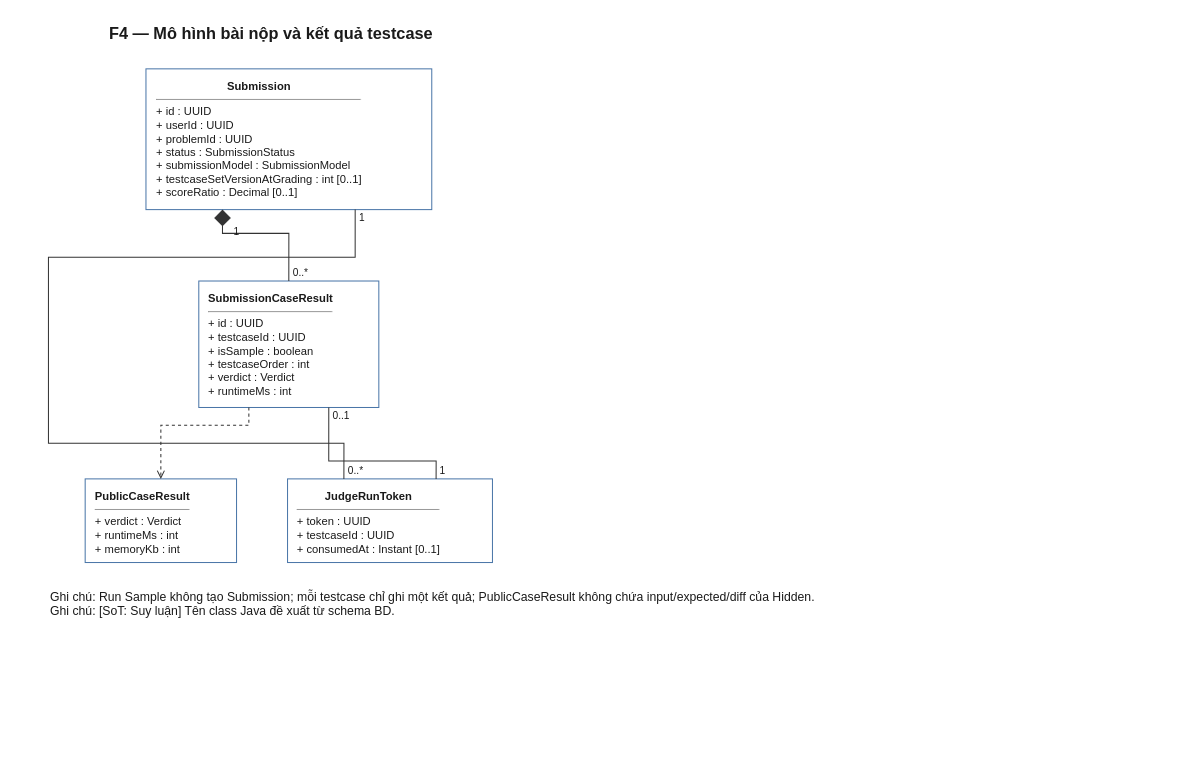
Earlier version of the draw.io diagram 08-diagram/class/shared/class_shared_submission.drawio (daiphu1801/PRJ_ALGOPREP). Source tidied: cells renumbered, new cells numbered last; positions are measured from the earlier drawing's top-left corner, leaving out a move shared by most shapes. Both pictures are drawn from the tidied source at 102%, with x=0, y=0 at pixel (17, 17).
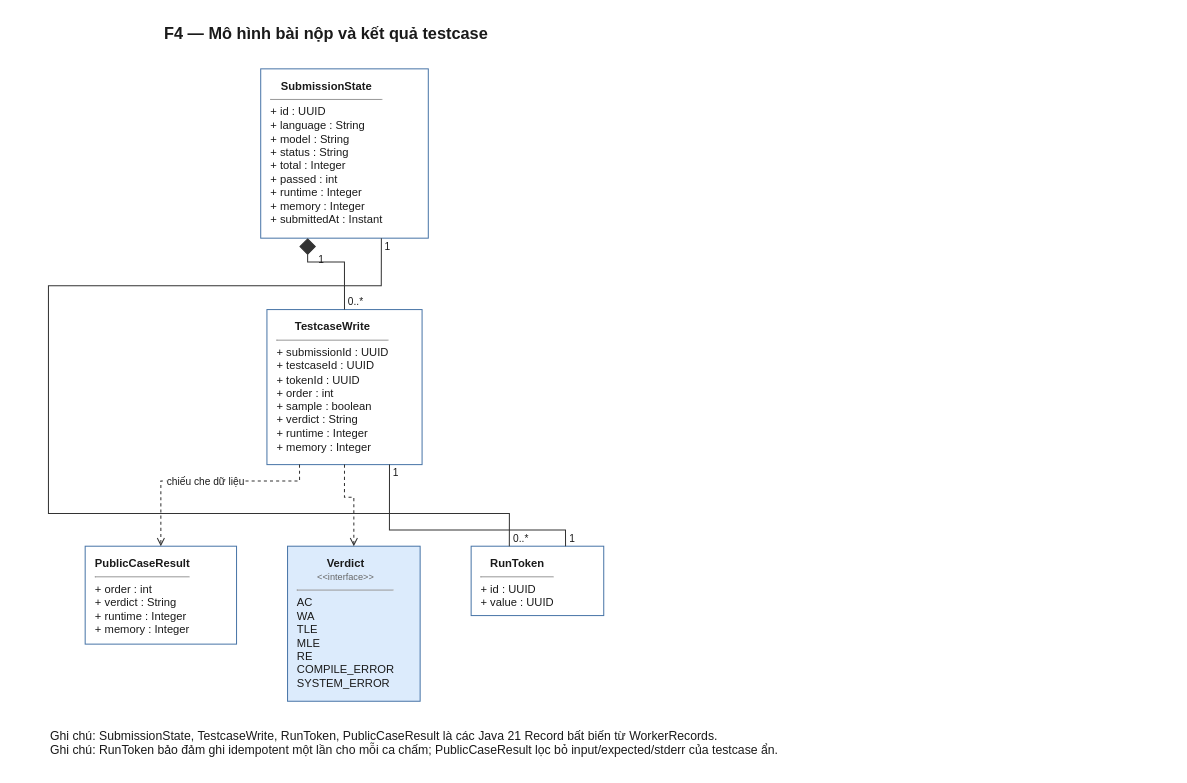
The same page after the edit.

The edit, as a diff of the source:
```diff
@@
-    <mxCell id="2" value="&lt;div style=&quot;text-align:center&quot;&gt;&lt;b&gt;Submission&lt;/b&gt;&lt;/div&gt;&lt;hr size=&quot;1&quot;/&gt;+&amp;nbsp;id&amp;nbsp;:&amp;nbsp;UUID&lt;br&gt;+&amp;nbsp;userId&amp;nbsp;:&amp;nbsp;UUID&lt;br&gt;+&amp;nbsp;problemId&amp;nbsp;:&amp;nbsp;UUID&lt;br&gt;+&amp;nbsp;status&amp;nbsp;:&amp;nbsp;SubmissionStatus&lt;br&gt;+&amp;nbsp;submissionModel&amp;nbsp;:&amp;nbsp;SubmissionModel&lt;br&gt;+&amp;nbsp;testcaseSetVersionAtGrading&amp;nbsp;:&amp;nbsp;int&amp;nbsp;[0..1]&lt;br&gt;+&amp;nbsp;scoreRatio&amp;nbsp;:&amp;nbsp;Decimal&amp;nbsp;[0..1]" style="algoprep=class;rounded=0;whiteSpace=nowrap;html=1;align=left;verticalAlign=top;spacingLeft=8;spacingTop=4;spacingRight=8;fontSize=11;fontFamily=Helvetica;fillColor=#FFFFFF;strokeColor=#4A76A8;fontColor=#1A1A1A;" parent="1" vertex="1">
-      <mxGeometry x="125.6" y="50" width="280.2" height="138" as="geometry" />
-    </mxCell>
+    <mxCell id="18" value="&lt;div style=&quot;text-align:center&quot;&gt;&lt;b&gt;SubmissionState&lt;/b&gt;&lt;/div&gt;&lt;hr size=&quot;1&quot;/&gt;+&amp;nbsp;id&amp;nbsp;:&amp;nbsp;UUID&lt;br&gt;+&amp;nbsp;language&amp;nbsp;:&amp;nbsp;String&lt;br&gt;+&amp;nbsp;model&amp;nbsp;:&amp;nbsp;String&lt;br&gt;+&amp;nbsp;status&amp;nbsp;:&amp;nbsp;String&lt;br&gt;+&amp;nbsp;total&amp;nbsp;:&amp;nbsp;Integer&lt;br&gt;+&amp;nbsp;passed&amp;nbsp;:&amp;nbsp;int&lt;br&gt;+&amp;nbsp;runtime&amp;nbsp;:&amp;nbsp;Integer&lt;br&gt;+&amp;nbsp;memory&amp;nbsp;:&amp;nbsp;Integer&lt;br&gt;+&amp;nbsp;submittedAt&amp;nbsp;:&amp;nbsp;Instant" style="algoprep=class;rounded=0;whiteSpace=nowrap;html=1;align=left;verticalAlign=top;spacingLeft=8;spacingTop=4;spacingRight=8;fontSize=11;fontFamily=Helvetica;fillColor=#FFFFFF;strokeColor=#4A76A8;fontColor=#1A1A1A;" parent="1" vertex="1">
+      <mxGeometry x="238.1" y="50" width="164.3" height="166" as="geometry" />
+    </mxCell>
+    <mxCell id="19" value="&lt;div style=&quot;text-align:center&quot;&gt;&lt;b&gt;TestcaseWrite&lt;/b&gt;&lt;/div&gt;&lt;hr size=&quot;1&quot;/&gt;+&amp;nbsp;submissionId&amp;nbsp;:&amp;nbsp;UUID&lt;br&gt;+&amp;nbsp;testcaseId&amp;nbsp;:&amp;nbsp;UUID&lt;br&gt;+&amp;nbsp;tokenId&amp;nbsp;:&amp;nbsp;UUID&lt;br&gt;+&amp;nbsp;order&amp;nbsp;:&amp;nbsp;int&lt;br&gt;+&amp;nbsp;sample&amp;nbsp;:&amp;nbsp;boolean&lt;br&gt;+&amp;nbsp;verdict&amp;nbsp;:&amp;nbsp;String&lt;br&gt;+&amp;nbsp;runtime&amp;nbsp;:&amp;nbsp;Integer&lt;br&gt;+&amp;nbsp;memory&amp;nbsp;:&amp;nbsp;Integer" style="algoprep=class;rounded=0;whiteSpace=nowrap;html=1;align=left;verticalAlign=top;spacingLeft=8;spacingTop=4;spacingRight=8;fontSize=11;fontFamily=Helvetica;fillColor=#FFFFFF;strokeColor=#4A76A8;fontColor=#1A1A1A;" parent="1" vertex="1">
+      <mxGeometry x="244.2" y="286" width="152.1" height="152" as="geometry" />
+    </mxCell>
+    <mxCell id="4" value="&lt;div style=&quot;text-align:center&quot;&gt;&lt;b&gt;RunToken&lt;/b&gt;&lt;/div&gt;&lt;hr size=&quot;1&quot;/&gt;+&amp;nbsp;id&amp;nbsp;:&amp;nbsp;UUID&lt;br&gt;+&amp;nbsp;value&amp;nbsp;:&amp;nbsp;UUID" style="algoprep=class;rounded=0;whiteSpace=nowrap;html=1;align=left;verticalAlign=top;spacingLeft=8;spacingTop=4;spacingRight=8;fontSize=11;fontFamily=Helvetica;fillColor=#FFFFFF;strokeColor=#4A76A8;fontColor=#1A1A1A;" parent="1" vertex="1">
+      <mxGeometry x="444.4" y="518" width="130" height="68" as="geometry" />
+    </mxCell>
-    <mxCell id="3" value="&lt;div style=&quot;text-align:center&quot;&gt;&lt;b&gt;SubmissionCaseResult&lt;/b&gt;&lt;/div&gt;&lt;hr size=&quot;1&quot;/&gt;+&amp;nbsp;id&amp;nbsp;:&amp;nbsp;UUID&lt;br&gt;+&amp;nbsp;testcaseId&amp;nbsp;:&amp;nbsp;UUID&lt;br&gt;+&amp;nbsp;isSample&amp;nbsp;:&amp;nbsp;boolean&lt;br&gt;+&amp;nbsp;testcaseOrder&amp;nbsp;:&amp;nbsp;int&lt;br&gt;+&amp;nbsp;verdict&amp;nbsp;:&amp;nbsp;Verdict&lt;br&gt;+&amp;nbsp;runtimeMs&amp;nbsp;:&amp;nbsp;int" style="algoprep=class;rounded=0;whiteSpace=nowrap;html=1;align=left;verticalAlign=top;spacingLeft=8;spacingTop=4;spacingRight=8;fontSize=11;fontFamily=Helvetica;fillColor=#FFFFFF;strokeColor=#4A76A8;fontColor=#1A1A1A;" parent="1" vertex="1">
-      <mxGeometry x="177.4" y="258" width="176.5" height="124" as="geometry" />
+    <mxCell id="3" value="&lt;div style=&quot;text-align:center&quot;&gt;&lt;b&gt;PublicCaseResult&lt;/b&gt;&lt;/div&gt;&lt;hr size=&quot;1&quot;/&gt;+&amp;nbsp;order&amp;nbsp;:&amp;nbsp;int&lt;br&gt;+&amp;nbsp;verdict&amp;nbsp;:&amp;nbsp;String&lt;br&gt;+&amp;nbsp;runtime&amp;nbsp;:&amp;nbsp;Integer&lt;br&gt;+&amp;nbsp;memory&amp;nbsp;:&amp;nbsp;Integer" style="algoprep=class;rounded=0;whiteSpace=nowrap;html=1;align=left;verticalAlign=top;spacingLeft=8;spacingTop=4;spacingRight=8;fontSize=11;fontFamily=Helvetica;fillColor=#FFFFFF;strokeColor=#4A76A8;fontColor=#1A1A1A;" parent="1" vertex="1">
+      <mxGeometry x="66" y="518" width="148.4" height="96" as="geometry" />
     </mxCell>
-    <mxCell id="4" value="&lt;div style=&quot;text-align:center&quot;&gt;&lt;b&gt;JudgeRunToken&lt;/b&gt;&lt;/div&gt;&lt;hr size=&quot;1&quot;/&gt;+&amp;nbsp;token&amp;nbsp;:&amp;nbsp;UUID&lt;br&gt;+&amp;nbsp;testcaseId&amp;nbsp;:&amp;nbsp;UUID&lt;br&gt;+&amp;nbsp;consumedAt&amp;nbsp;:&amp;nbsp;Instant&amp;nbsp;[0..1]" style="algoprep=class;rounded=0;whiteSpace=nowrap;html=1;align=left;verticalAlign=top;spacingLeft=8;spacingTop=4;spacingRight=8;fontSize=11;fontFamily=Helvetica;fillColor=#FFFFFF;strokeColor=#4A76A8;fontColor=#1A1A1A;" parent="1" vertex="1">
-      <mxGeometry x="264.4" y="452" width="200.9" height="82" as="geometry" />
-    </mxCell>
-    <mxCell id="5" value="&lt;div style=&quot;text-align:center&quot;&gt;&lt;b&gt;PublicCaseResult&lt;/b&gt;&lt;/div&gt;&lt;hr size=&quot;1&quot;/&gt;+&amp;nbsp;verdict&amp;nbsp;:&amp;nbsp;Verdict&lt;br&gt;+&amp;nbsp;runtimeMs&amp;nbsp;:&amp;nbsp;int&lt;br&gt;+&amp;nbsp;memoryKb&amp;nbsp;:&amp;nbsp;int" style="algoprep=class;rounded=0;whiteSpace=nowrap;html=1;align=left;verticalAlign=top;spacingLeft=8;spacingTop=4;spacingRight=8;fontSize=11;fontFamily=Helvetica;fillColor=#FFFFFF;strokeColor=#4A76A8;fontColor=#1A1A1A;" parent="1" vertex="1">
-      <mxGeometry x="66" y="452" width="148.4" height="82" as="geometry" />
-    </mxCell>
+    <mxCell id="20" value="&lt;div style=&quot;text-align:center&quot;&gt;&lt;b&gt;Verdict&lt;/b&gt;&lt;br&gt;&lt;font style=&quot;font-size:9px&quot; color=&quot;#666666&quot;&gt;&amp;lt;&amp;lt;interface&amp;gt;&amp;gt;&lt;/font&gt;&lt;/div&gt;&lt;hr size=&quot;1&quot;/&gt;AC&lt;br&gt;WA&lt;br&gt;TLE&lt;br&gt;MLE&lt;br&gt;RE&lt;br&gt;COMPILE_ERROR&lt;br&gt;SYSTEM_ERROR" style="algoprep=class;rounded=0;whiteSpace=nowrap;html=1;align=left;verticalAlign=top;spacingLeft=8;spacingTop=4;spacingRight=8;fontSize=11;fontFamily=Helvetica;fillColor=#DCEBFC;strokeColor=#4A76A8;fontColor=#1A1A1A;" parent="1" vertex="1">
+      <mxGeometry x="264.4" y="518" width="130" height="152" as="geometry" />
+    </mxCell>
-    <mxCell id="6" style="html=1;rounded=0;jettySize=auto;fontSize=10;strokeColor=#333333;fontColor=#1A1A1A;labelBackgroundColor=#FFFFFF;exitX=0.268;exitY=1;exitDx=0;exitDy=0;exitPerimeter=0;entryX=0.500;entryY=0;entryDx=0;entryDy=0;entryPerimeter=0;startArrow=diamond;startSize=14;startFill=1;endArrow=none;" parent="1" edge="1" source="2" target="3">
+    <mxCell id="6" style="html=1;rounded=0;jettySize=auto;fontSize=10;strokeColor=#333333;fontColor=#1A1A1A;labelBackgroundColor=#FFFFFF;exitX=0.280;exitY=1;exitDx=0;exitDy=0;exitPerimeter=0;entryX=0.500;entryY=0;entryDx=0;entryDy=0;entryPerimeter=0;startArrow=diamond;startSize=14;startFill=1;endArrow=none;" parent="1" edge="1" source="18" target="19">
       <mxGeometry relative="1" as="geometry">
         <Array as="points">
-          <mxPoint x="200.6" y="211.3" />
-          <mxPoint x="265.7" y="211.3" />
+          <mxPoint x="284.1" y="239.3" />
+          <mxPoint x="320.2" y="239.3" />
         </Array>
       </mxGeometry>
     </mxCell>
     <mxCell id="7" value="1" style="text;html=1;fontSize=10;fontColor=#1A1A1A;align=left;verticalAlign=middle;spacing=0;" parent="1" vertex="1">
-      <mxGeometry x="211.7" y="202" width="24" height="14" as="geometry" />
+      <mxGeometry x="295.1" y="230" width="24" height="14" as="geometry" />
     </mxCell>
     <mxCell id="8" value="0..*" style="text;html=1;fontSize=10;fontColor=#1A1A1A;align=left;verticalAlign=middle;spacing=0;" parent="1" vertex="1">
-      <mxGeometry x="269.7" y="243" width="24" height="14" as="geometry" />
+      <mxGeometry x="324.2" y="271" width="24" height="14" as="geometry" />
     </mxCell>
-    <mxCell id="9" style="html=1;rounded=0;jettySize=auto;fontSize=10;strokeColor=#333333;fontColor=#1A1A1A;labelBackgroundColor=#FFFFFF;exitX=0.732;exitY=1;exitDx=0;exitDy=0;exitPerimeter=0;entryX=0.275;entryY=0;entryDx=0;entryDy=0;entryPerimeter=0;startArrow=none;endArrow=none;" parent="1" edge="1" source="2" target="4">
+    <mxCell id="9" style="html=1;rounded=0;jettySize=auto;fontSize=10;strokeColor=#333333;fontColor=#1A1A1A;labelBackgroundColor=#FFFFFF;exitX=0.720;exitY=1;exitDx=0;exitDy=0;exitPerimeter=0;entryX=0.288;entryY=0;entryDx=0;entryDy=0;entryPerimeter=0;startArrow=none;endArrow=none;" parent="1" edge="1" source="18" target="4">
       <mxGeometry relative="1" as="geometry">
         <Array as="points">
-          <mxPoint x="330.7" y="234.7" />
-          <mxPoint x="30" y="234.7" />
-          <mxPoint x="30" y="417" />
-          <mxPoint x="319.7" y="417" />
+          <mxPoint x="356.3" y="262.7" />
+          <mxPoint x="30" y="262.7" />
+          <mxPoint x="30" y="486" />
+          <mxPoint x="481.9" y="486" />
         </Array>
       </mxGeometry>
     </mxCell>
     <mxCell id="10" value="1" style="text;html=1;fontSize=10;fontColor=#1A1A1A;align=left;verticalAlign=middle;spacing=0;" parent="1" vertex="1">
-      <mxGeometry x="334.7" y="189" width="24" height="14" as="geometry" />
+      <mxGeometry x="360.4" y="217" width="24" height="14" as="geometry" />
     </mxCell>
     <mxCell id="11" value="0..*" style="text;html=1;fontSize=10;fontColor=#1A1A1A;align=left;verticalAlign=middle;spacing=0;" parent="1" vertex="1">
-      <mxGeometry x="323.7" y="437" width="24" height="14" as="geometry" />
+      <mxGeometry x="485.9" y="503" width="24" height="14" as="geometry" />
     </mxCell>
-    <mxCell id="12" style="html=1;rounded=0;jettySize=auto;fontSize=10;strokeColor=#333333;fontColor=#1A1A1A;labelBackgroundColor=#FFFFFF;exitX=0.722;exitY=1;exitDx=0;exitDy=0;exitPerimeter=0;entryX=0.725;entryY=0;entryDx=0;entryDy=0;entryPerimeter=0;startArrow=none;endArrow=none;" parent="1" edge="1" source="3" target="4">
+    <mxCell id="12" style="html=1;rounded=0;jettySize=auto;fontSize=10;strokeColor=#333333;fontColor=#1A1A1A;labelBackgroundColor=#FFFFFF;exitX=0.790;exitY=1;exitDx=0;exitDy=0;exitPerimeter=0;entryX=0.712;entryY=0;entryDx=0;entryDy=0;entryPerimeter=0;startArrow=none;endArrow=none;" parent="1" edge="1" source="19" target="4">
       <mxGeometry relative="1" as="geometry">
         <Array as="points">
-          <mxPoint x="304.8" y="434.5" />
-          <mxPoint x="410.1" y="434.5" />
+          <mxPoint x="364.3" y="502" />
+          <mxPoint x="536.9" y="502" />
         </Array>
       </mxGeometry>
     </mxCell>
-    <mxCell id="13" value="0..1" style="text;html=1;fontSize=10;fontColor=#1A1A1A;align=left;verticalAlign=middle;spacing=0;" parent="1" vertex="1">
-      <mxGeometry x="308.9" y="383" width="24" height="14" as="geometry" />
+    <mxCell id="13" value="1" style="text;html=1;fontSize=10;fontColor=#1A1A1A;align=left;verticalAlign=middle;spacing=0;" parent="1" vertex="1">
+      <mxGeometry x="368.3" y="439" width="24" height="14" as="geometry" />
     </mxCell>
     <mxCell id="14" value="1" style="text;html=1;fontSize=10;fontColor=#1A1A1A;align=left;verticalAlign=middle;spacing=0;" parent="1" vertex="1">
-      <mxGeometry x="414.1" y="437" width="24" height="14" as="geometry" />
+      <mxGeometry x="541" y="503" width="24" height="14" as="geometry" />
     </mxCell>
-    <mxCell id="15" style="html=1;rounded=0;jettySize=auto;fontSize=10;strokeColor=#333333;fontColor=#1A1A1A;labelBackgroundColor=#FFFFFF;exitX=0.278;exitY=1;exitDx=0;exitDy=0;exitPerimeter=0;entryX=0.500;entryY=0;entryDx=0;entryDy=0;entryPerimeter=0;dashed=1;startArrow=none;endArrow=open;endFill=0;" parent="1" edge="1" source="3" target="5">
+    <mxCell id="15" style="html=1;rounded=0;jettySize=auto;fontSize=10;strokeColor=#333333;fontColor=#1A1A1A;labelBackgroundColor=#FFFFFF;exitX=0.500;exitY=1;exitDx=0;exitDy=0;exitPerimeter=0;entryX=0.500;entryY=0;entryDx=0;entryDy=0;entryPerimeter=0;dashed=1;startArrow=none;endArrow=open;endFill=0;" parent="1" edge="1" source="19" target="20">
       <mxGeometry relative="1" as="geometry">
         <Array as="points">
-          <mxPoint x="226.5" y="399.5" />
-          <mxPoint x="140.2" y="399.5" />
+          <mxPoint x="320.2" y="470" />
+          <mxPoint x="329.4" y="470" />
         </Array>
       </mxGeometry>
     </mxCell>
+    <mxCell id="21" value="chiếu che dữ liệu" style="html=1;rounded=0;jettySize=auto;fontSize=10;strokeColor=#333333;fontColor=#1A1A1A;labelBackgroundColor=#FFFFFF;exitX=0.210;exitY=1;exitDx=0;exitDy=0;exitPerimeter=0;entryX=0.500;entryY=0;entryDx=0;entryDy=0;entryPerimeter=0;dashed=1;startArrow=none;endArrow=open;endFill=0;" parent="1" edge="1" source="19" target="3">
+      <mxGeometry relative="1" as="geometry">
+        <Array as="points">
+          <mxPoint x="276.2" y="454" />
+          <mxPoint x="140.2" y="454" />
+        </Array>
+      </mxGeometry>
+    </mxCell>
     <mxCell id="16" value="F4 — Mô hình bài nộp và kết quả testcase" style="text;html=1;fontSize=16;fontStyle=1;align=center;verticalAlign=middle;fontColor=#1A1A1A;" parent="1" vertex="1">
-      <mxGeometry width="495.3" height="30" as="geometry" />
+      <mxGeometry width="604.4" height="30" as="geometry" />
     </mxCell>
-    <mxCell id="17" value="Ghi chú: Run Sample không tạo Submission; mỗi testcase chỉ ghi một kết quả; PublicCaseResult không chứa input/expected/diff của Hidden.&lt;br&gt;Ghi chú: [SoT: Suy luận] Tên class Java đề xuất từ schema BD." style="text;html=1;align=left;verticalAlign=top;fontSize=12;fontColor=#1A1A1A;" parent="1" vertex="1">
-      <mxGeometry x="30" y="554" width="1100" height="44" as="geometry" />
-    </mxCell>
+    <mxCell id="22" value="Ghi chú: SubmissionState, TestcaseWrite, RunToken, PublicCaseResult là các Java 21 Record bất biến từ WorkerRecords.&lt;br&gt;Ghi chú: RunToken bảo đảm ghi idempotent một lần cho mỗi ca chấm; PublicCaseResult lọc bỏ input/expected/stderr của testcase ẩn." style="text;html=1;align=left;verticalAlign=top;fontSize=12;fontColor=#1A1A1A;" parent="1" vertex="1">
+      <mxGeometry x="30" y="690" width="1100" height="44" as="geometry" />
+    </mxCell>
```
